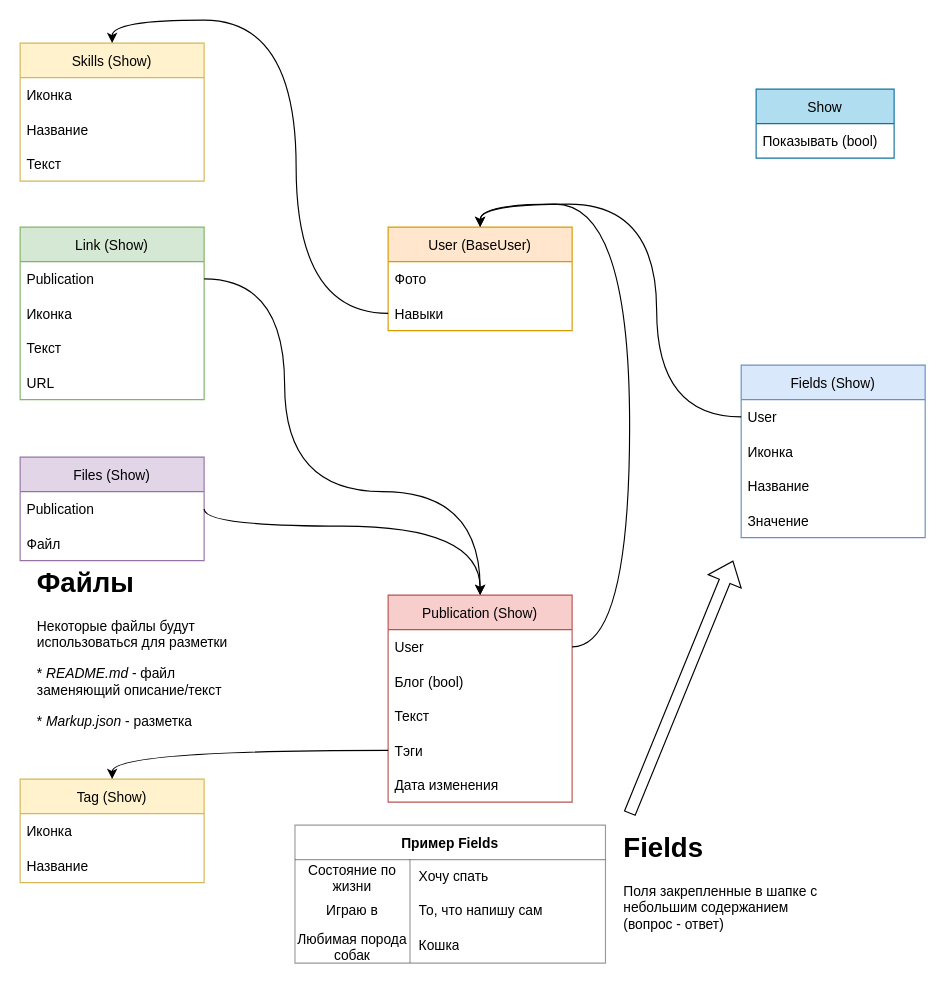
Before: page "Основная БД" (1 of 2) of db.drawio in YandexLyceumPP/Resume, a draw.io diagram. Source tidied: cells renumbered, new cells numbered last; positions are measured from the earlier drawing's top-left corner, leaving out a move shared by most shapes. Both pictures are drawn from the tidied source at 115%, with x=0, y=0 at pixel (20, 43).
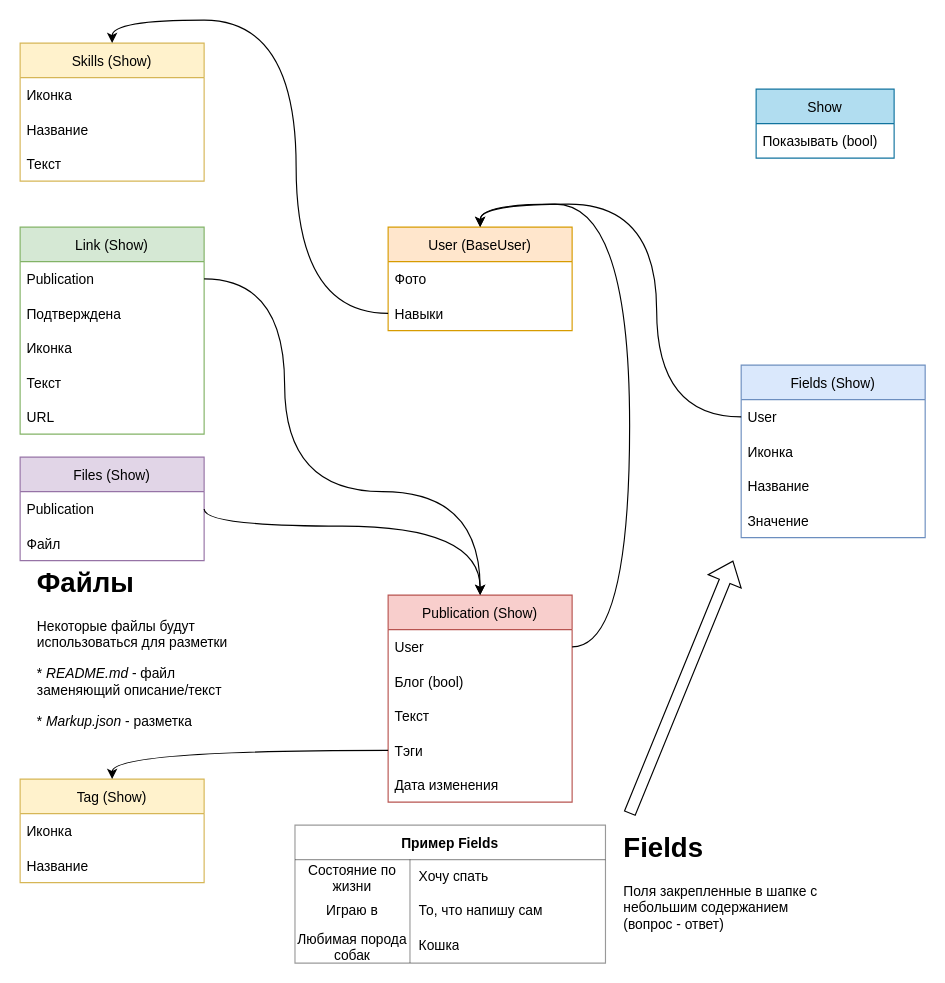
After the change.

What changed in the source:
```diff
@@
     <mxCell id="14" value="Link (Show)" style="swimlane;fontStyle=0;horizontal=1;startSize=30;fillColor=#d5e8d4;strokeColor=#82b366;" parent="1" vertex="1">
-      <mxGeometry y="160" width="160" height="150" as="geometry" />
+      <mxGeometry y="160" width="160" height="180" as="geometry" />
     </mxCell>
@@
+    <mxCell id="52" value="Подтверждена " style="text;strokeColor=none;fillColor=none;align=left;verticalAlign=middle;spacingLeft=4;spacingRight=4;overflow=hidden;" parent="14" vertex="1">
+      <mxGeometry y="60" width="160" height="30" as="geometry" />
+    </mxCell>
     <mxCell id="16" value="Иконка" style="text;strokeColor=none;fillColor=none;align=left;verticalAlign=middle;spacingLeft=4;spacingRight=4;overflow=hidden;" parent="14" vertex="1">
-      <mxGeometry y="60" width="160" height="30" as="geometry" />
+      <mxGeometry y="90" width="160" height="30" as="geometry" />
     </mxCell>
     <mxCell id="17" value="Текст" style="text;strokeColor=none;fillColor=none;align=left;verticalAlign=middle;spacingLeft=4;spacingRight=4;overflow=hidden;" parent="14" vertex="1">
-      <mxGeometry y="90" width="160" height="30" as="geometry" />
+      <mxGeometry y="120" width="160" height="30" as="geometry" />
     </mxCell>
     <mxCell id="18" value="URL" style="text;strokeColor=none;fillColor=none;align=left;verticalAlign=middle;spacingLeft=4;spacingRight=4;overflow=hidden;" parent="14" vertex="1">
-      <mxGeometry y="120" width="160" height="30" as="geometry" />
+      <mxGeometry y="150" width="160" height="30" as="geometry" />
     </mxCell>
```
